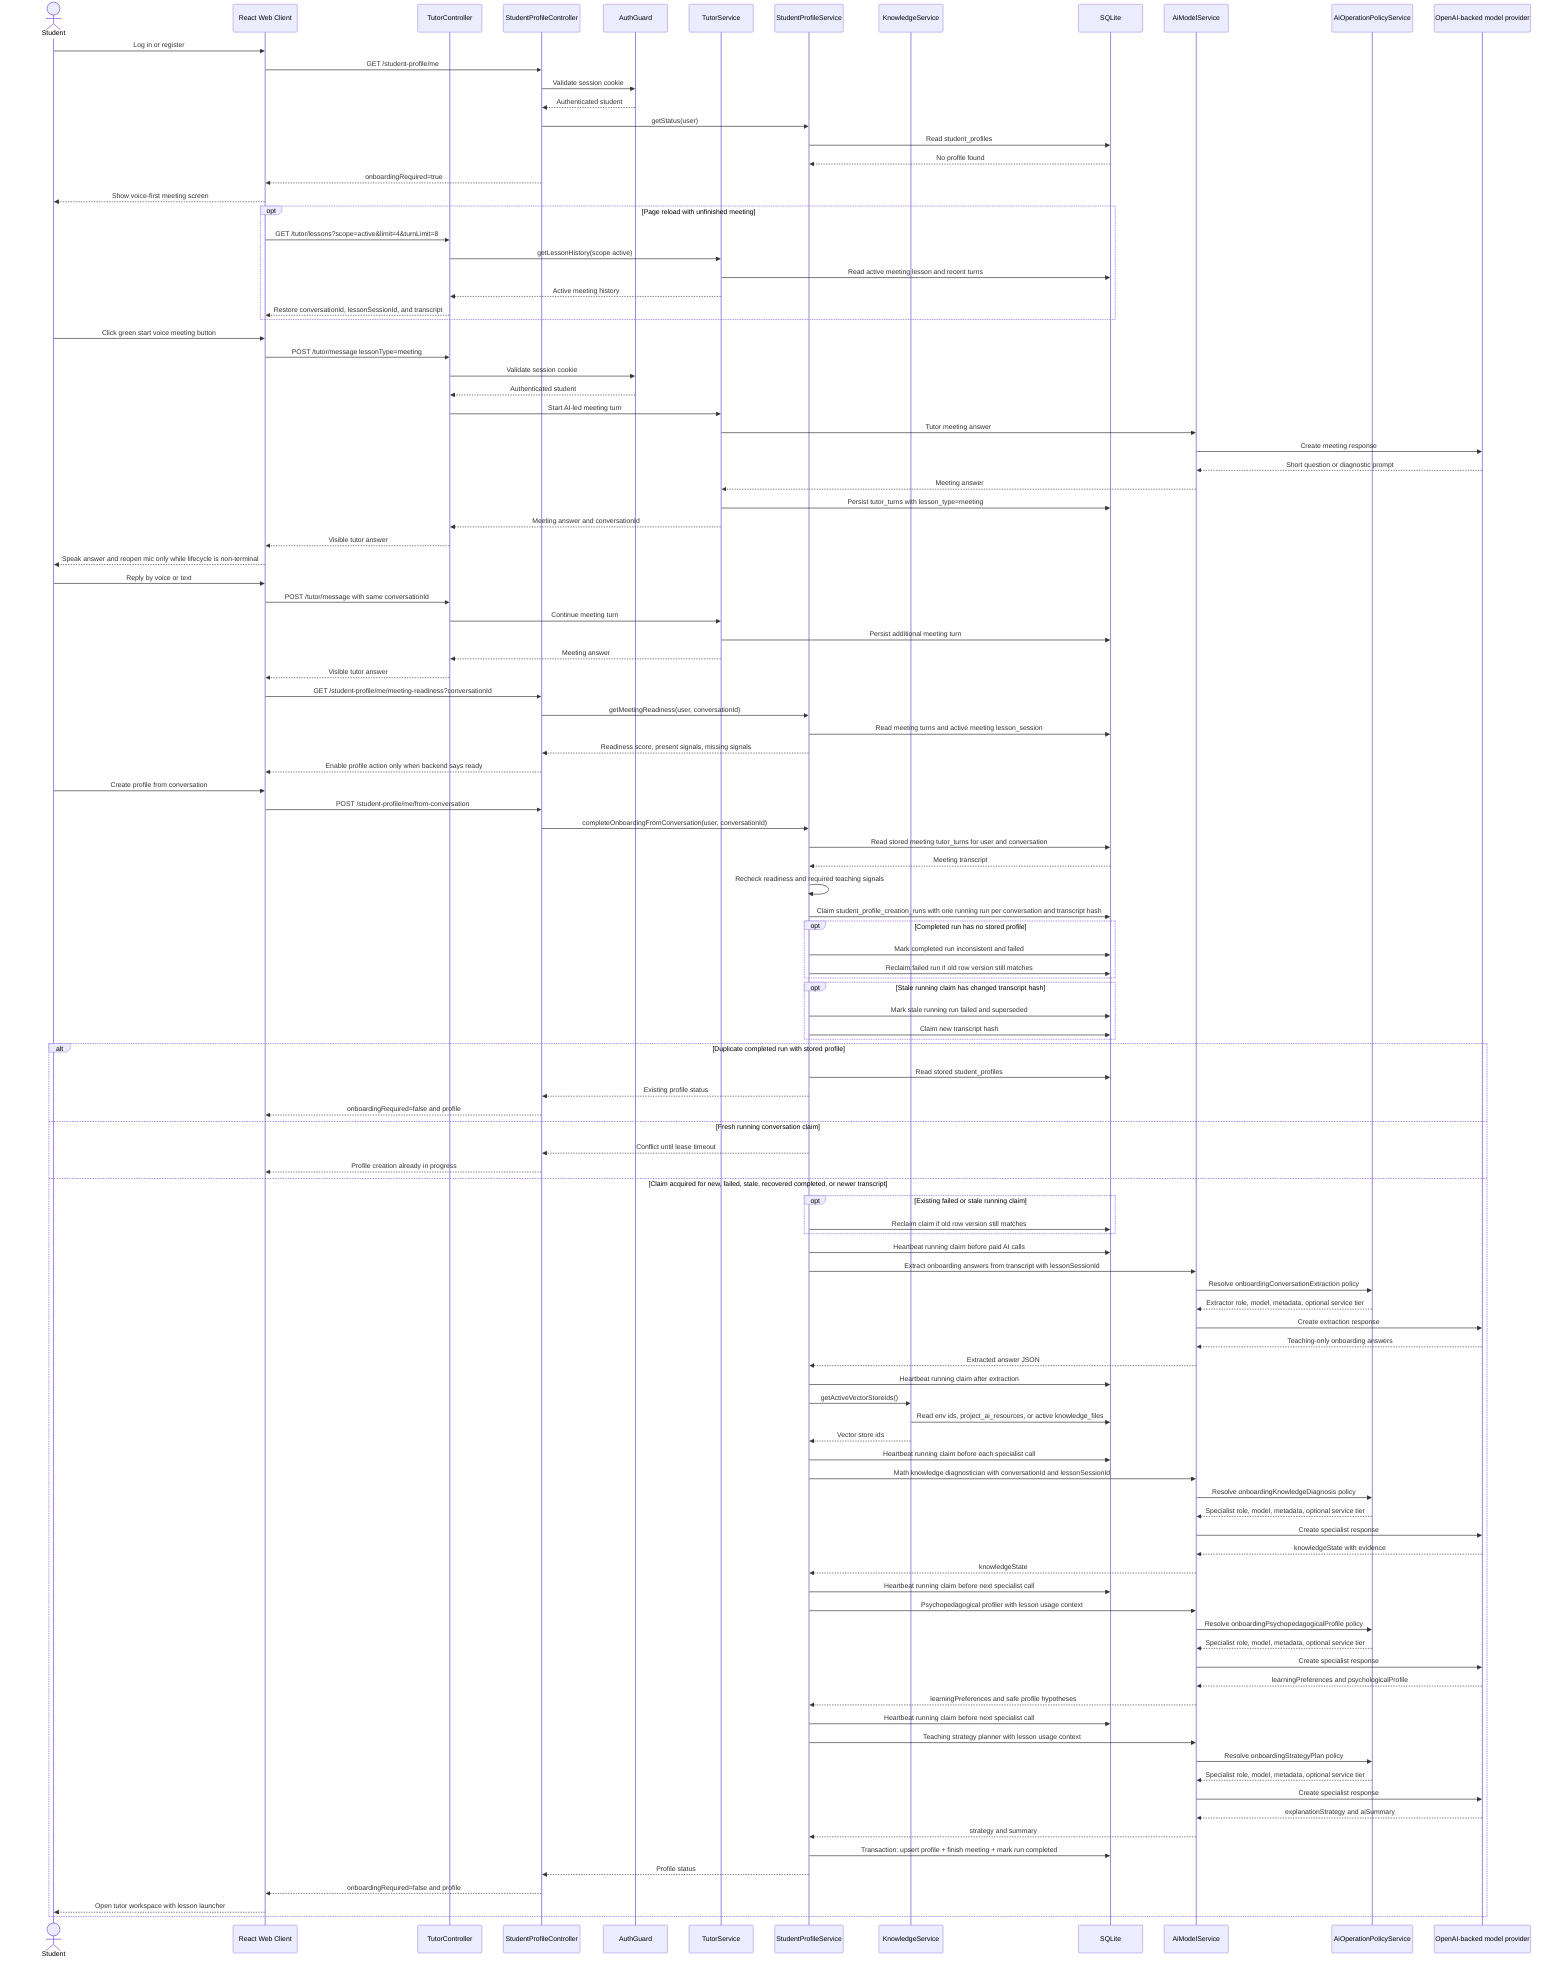
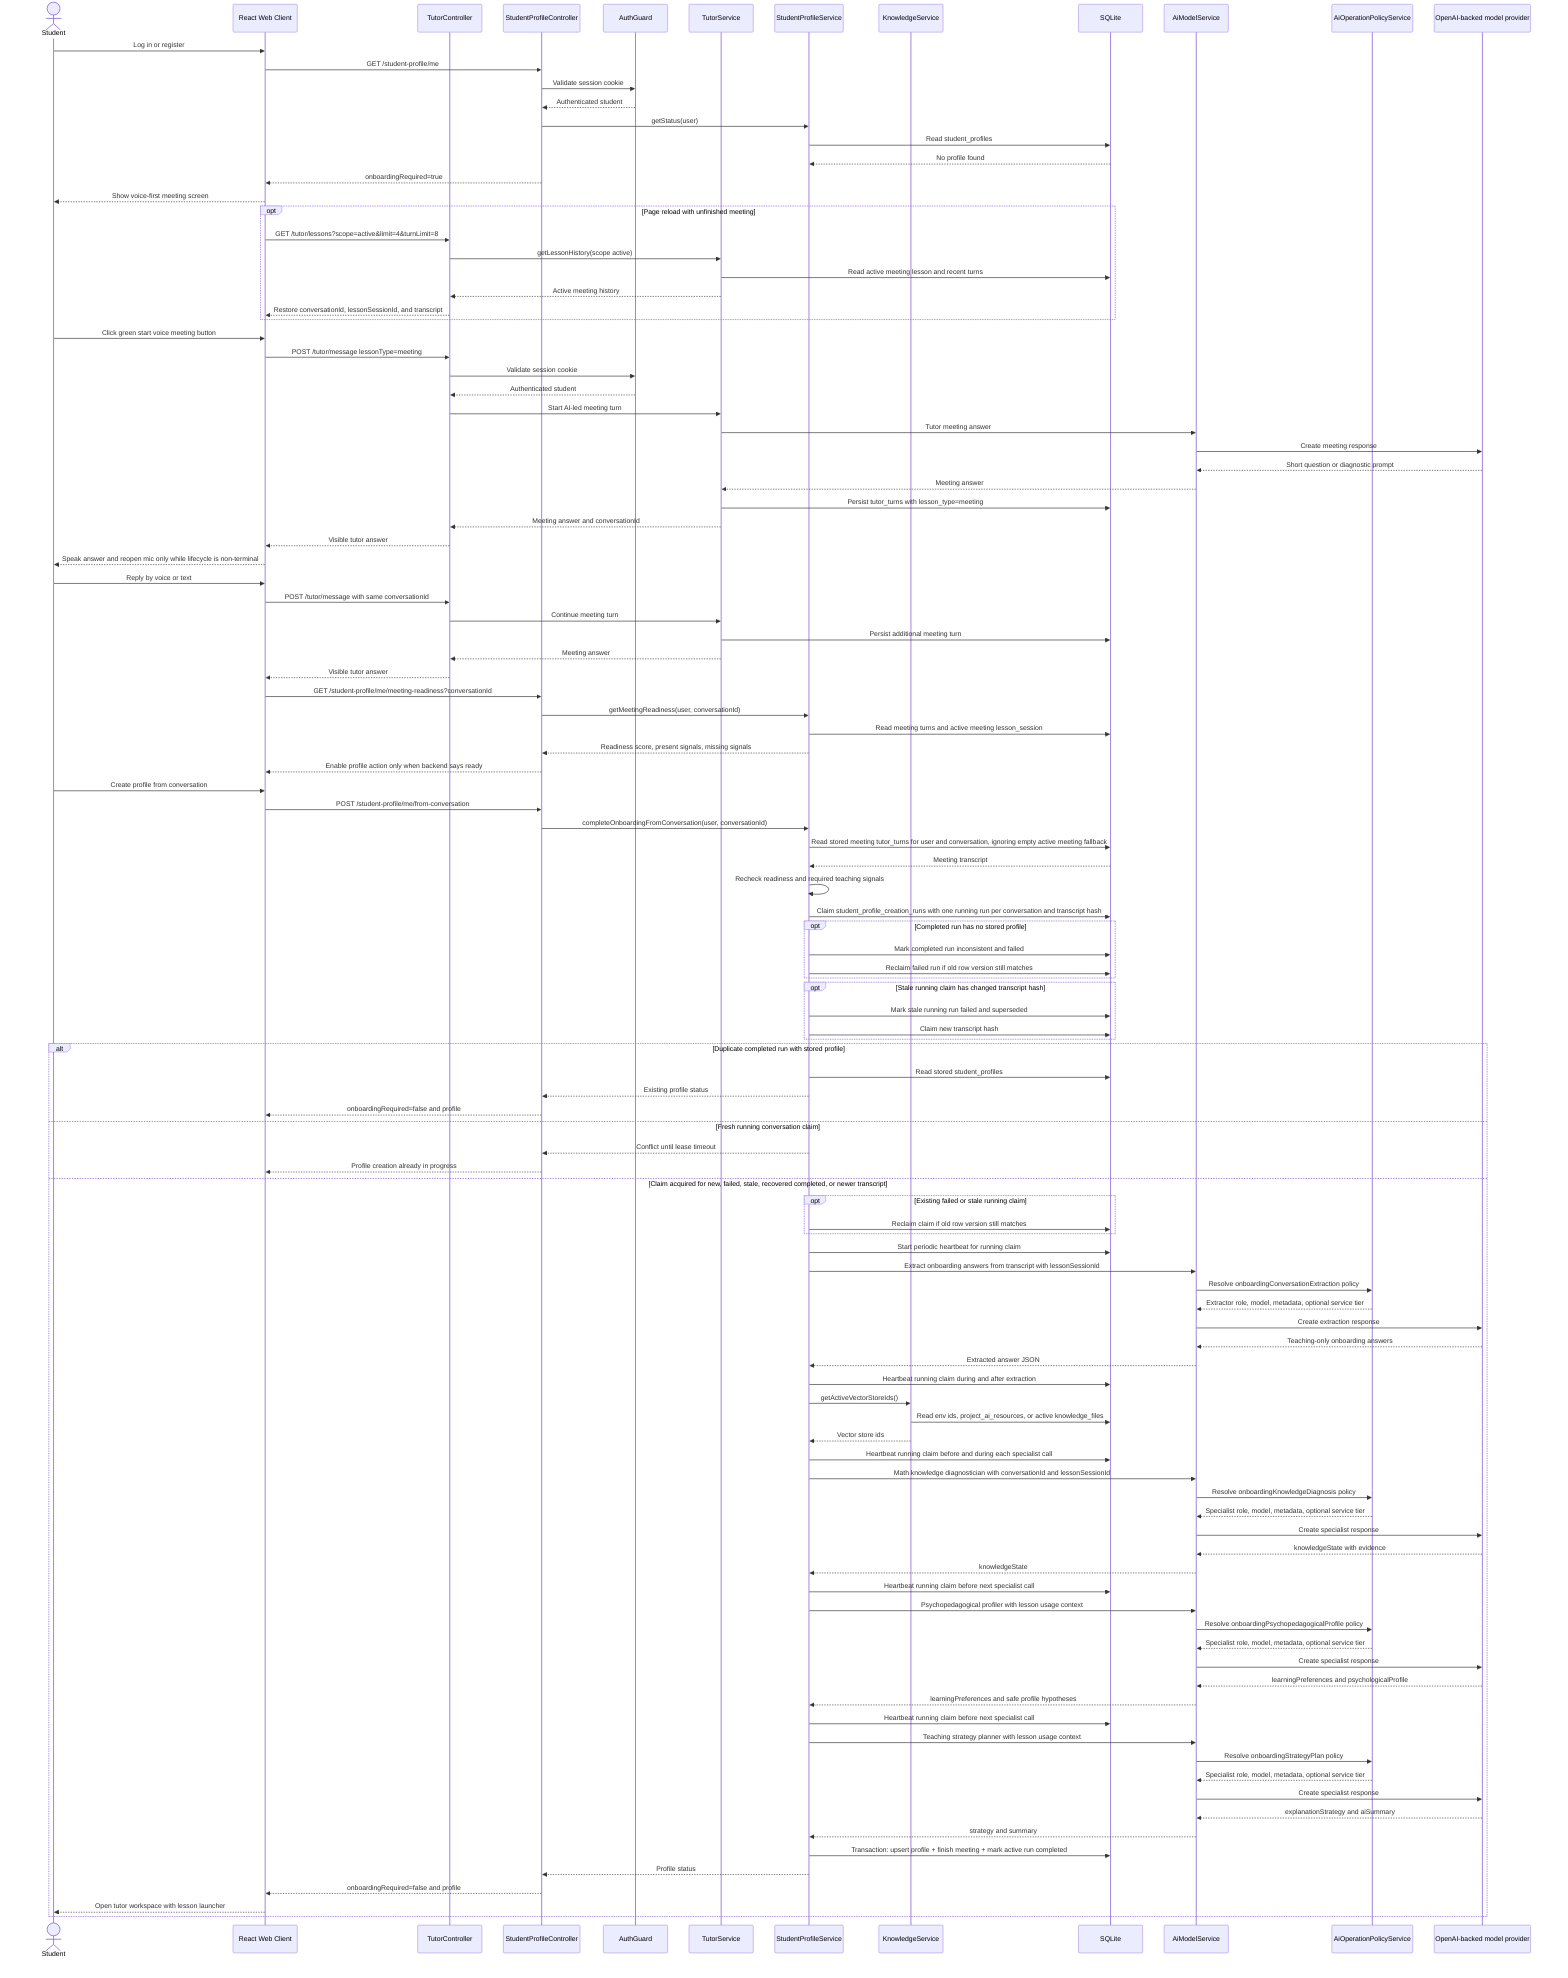
sequenceDiagram
  actor Student
  participant Web as React Web Client
  participant TutorApi as TutorController
  participant API as StudentProfileController
  participant Auth as AuthGuard
  participant Tutor as TutorService
  participant Profile as StudentProfileService
  participant Knowledge as KnowledgeService
  participant DB as SQLite
  participant AIModel as AiModelService
  participant Policy as AiOperationPolicyService
  participant OpenAI as OpenAI-backed model provider

  Student->>Web: Log in or register
  Web->>API: GET /student-profile/me
  API->>Auth: Validate session cookie
  Auth-->>API: Authenticated student
  API->>Profile: getStatus(user)
  Profile->>DB: Read student_profiles
  DB-->>Profile: No profile found
  API-->>Web: onboardingRequired=true
  Web-->>Student: Show voice-first meeting screen
  opt Page reload with unfinished meeting
    Web->>TutorApi: GET /tutor/lessons?scope=active&limit=4&turnLimit=8
    TutorApi->>Tutor: getLessonHistory(scope active)
    Tutor->>DB: Read active meeting lesson and recent turns
    Tutor-->>TutorApi: Active meeting history
    TutorApi-->>Web: Restore conversationId, lessonSessionId, and transcript
  end
  Student->>Web: Click green start voice meeting button
  Web->>TutorApi: POST /tutor/message lessonType=meeting
  TutorApi->>Auth: Validate session cookie
  Auth-->>TutorApi: Authenticated student
  TutorApi->>Tutor: Start AI-led meeting turn
  Tutor->>AIModel: Tutor meeting answer
  AIModel->>OpenAI: Create meeting response
  OpenAI-->>AIModel: Short question or diagnostic prompt
  AIModel-->>Tutor: Meeting answer
  Tutor->>DB: Persist tutor_turns with lesson_type=meeting
  Tutor-->>TutorApi: Meeting answer and conversationId
  TutorApi-->>Web: Visible tutor answer
  Web-->>Student: Speak answer and reopen mic only while lifecycle is non-terminal
  Student->>Web: Reply by voice or text
  Web->>TutorApi: POST /tutor/message with same conversationId
  TutorApi->>Tutor: Continue meeting turn
  Tutor->>DB: Persist additional meeting turn
  Tutor-->>TutorApi: Meeting answer
  TutorApi-->>Web: Visible tutor answer
  Web->>API: GET /student-profile/me/meeting-readiness?conversationId
  API->>Profile: getMeetingReadiness(user, conversationId)
  Profile->>DB: Read meeting turns and active meeting lesson_session
  Profile-->>API: Readiness score, present signals, missing signals
  API-->>Web: Enable profile action only when backend says ready
  Student->>Web: Create profile from conversation
  Web->>API: POST /student-profile/me/from-conversation
  API->>Profile: completeOnboardingFromConversation(user, conversationId)
-   Profile->>DB: Read stored meeting tutor_turns for user and conversation
+   Profile->>DB: Read stored meeting tutor_turns for user and conversation, ignoring empty active meeting fallback
  DB-->>Profile: Meeting transcript
  Profile->>Profile: Recheck readiness and required teaching signals
  Profile->>DB: Claim student_profile_creation_runs with one running run per conversation and transcript hash
  opt Completed run has no stored profile
    Profile->>DB: Mark completed run inconsistent and failed
    Profile->>DB: Reclaim failed run if old row version still matches
  end
  opt Stale running claim has changed transcript hash
    Profile->>DB: Mark stale running run failed and superseded
    Profile->>DB: Claim new transcript hash
  end
  alt Duplicate completed run with stored profile
    Profile->>DB: Read stored student_profiles
    Profile-->>API: Existing profile status
    API-->>Web: onboardingRequired=false and profile
  else Fresh running conversation claim
    Profile-->>API: Conflict until lease timeout
    API-->>Web: Profile creation already in progress
  else Claim acquired for new, failed, stale, recovered completed, or newer transcript
    opt Existing failed or stale running claim
      Profile->>DB: Reclaim claim if old row version still matches
    end
-     Profile->>DB: Heartbeat running claim before paid AI calls
+     Profile->>DB: Start periodic heartbeat for running claim
    Profile->>AIModel: Extract onboarding answers from transcript with lessonSessionId
    AIModel->>Policy: Resolve onboardingConversationExtraction policy
    Policy-->>AIModel: Extractor role, model, metadata, optional service tier
    AIModel->>OpenAI: Create extraction response
    OpenAI-->>AIModel: Teaching-only onboarding answers
    AIModel-->>Profile: Extracted answer JSON
-     Profile->>DB: Heartbeat running claim after extraction
+     Profile->>DB: Heartbeat running claim during and after extraction
    Profile->>Knowledge: getActiveVectorStoreIds()
    Knowledge->>DB: Read env ids, project_ai_resources, or active knowledge_files
    Knowledge-->>Profile: Vector store ids
-     Profile->>DB: Heartbeat running claim before each specialist call
+     Profile->>DB: Heartbeat running claim before and during each specialist call
    Profile->>AIModel: Math knowledge diagnostician with conversationId and lessonSessionId
    AIModel->>Policy: Resolve onboardingKnowledgeDiagnosis policy
    Policy-->>AIModel: Specialist role, model, metadata, optional service tier
    AIModel->>OpenAI: Create specialist response
    OpenAI-->>AIModel: knowledgeState with evidence
    AIModel-->>Profile: knowledgeState
    Profile->>DB: Heartbeat running claim before next specialist call
    Profile->>AIModel: Psychopedagogical profiler with lesson usage context
    AIModel->>Policy: Resolve onboardingPsychopedagogicalProfile policy
    Policy-->>AIModel: Specialist role, model, metadata, optional service tier
    AIModel->>OpenAI: Create specialist response
    OpenAI-->>AIModel: learningPreferences and psychologicalProfile
    AIModel-->>Profile: learningPreferences and safe profile hypotheses
    Profile->>DB: Heartbeat running claim before next specialist call
    Profile->>AIModel: Teaching strategy planner with lesson usage context
    AIModel->>Policy: Resolve onboardingStrategyPlan policy
    Policy-->>AIModel: Specialist role, model, metadata, optional service tier
    AIModel->>OpenAI: Create specialist response
    OpenAI-->>AIModel: explanationStrategy and aiSummary
    AIModel-->>Profile: strategy and summary
-     Profile->>DB: Transaction: upsert profile + finish meeting + mark run completed
+     Profile->>DB: Transaction: upsert profile + finish meeting + mark active run completed
    Profile-->>API: Profile status
    API-->>Web: onboardingRequired=false and profile
    Web-->>Student: Open tutor workspace with lesson launcher
  end
